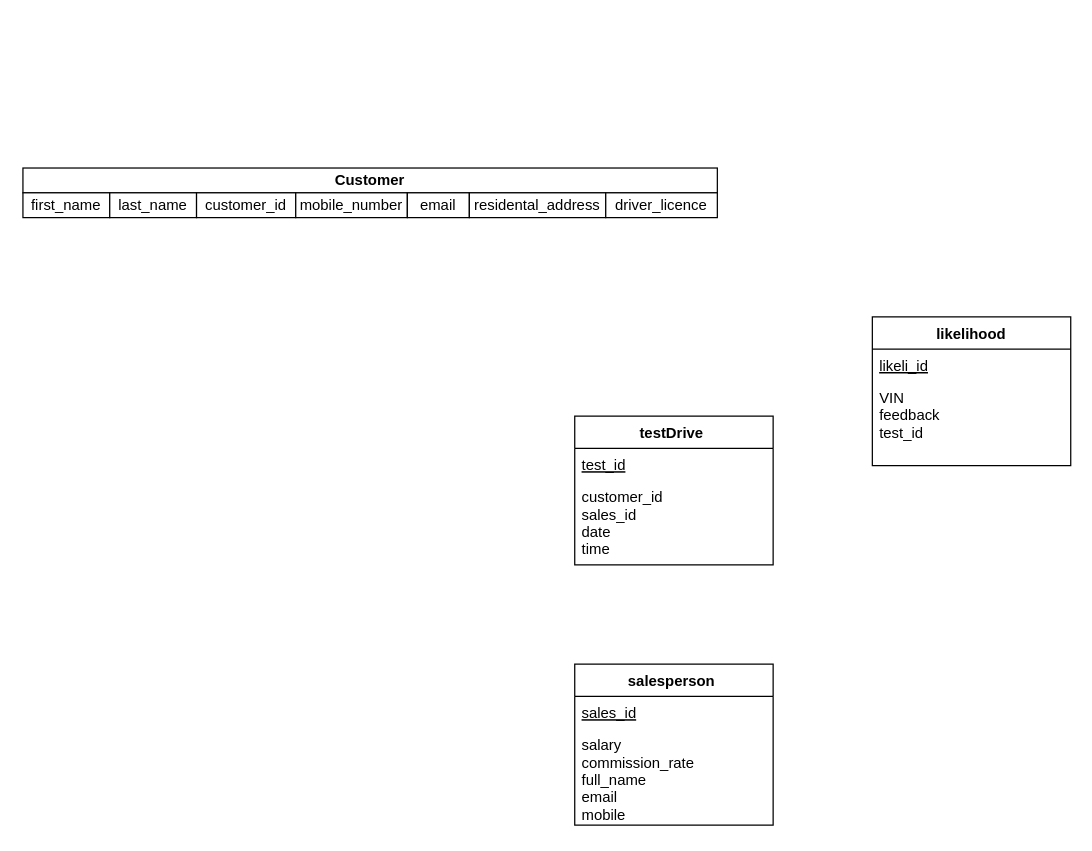
This is 未命名绘图.drawio from Syrus-jpg/LeetCode, a draw.io file, before an edit. Source tidied: cells renumbered, new cells numbered last; positions are measured from the earlier drawing's top-left corner, leaving out a move shared by most shapes. Both pictures are drawn from the tidied source at 124%, with x=0, y=0 at pixel (22, 167).
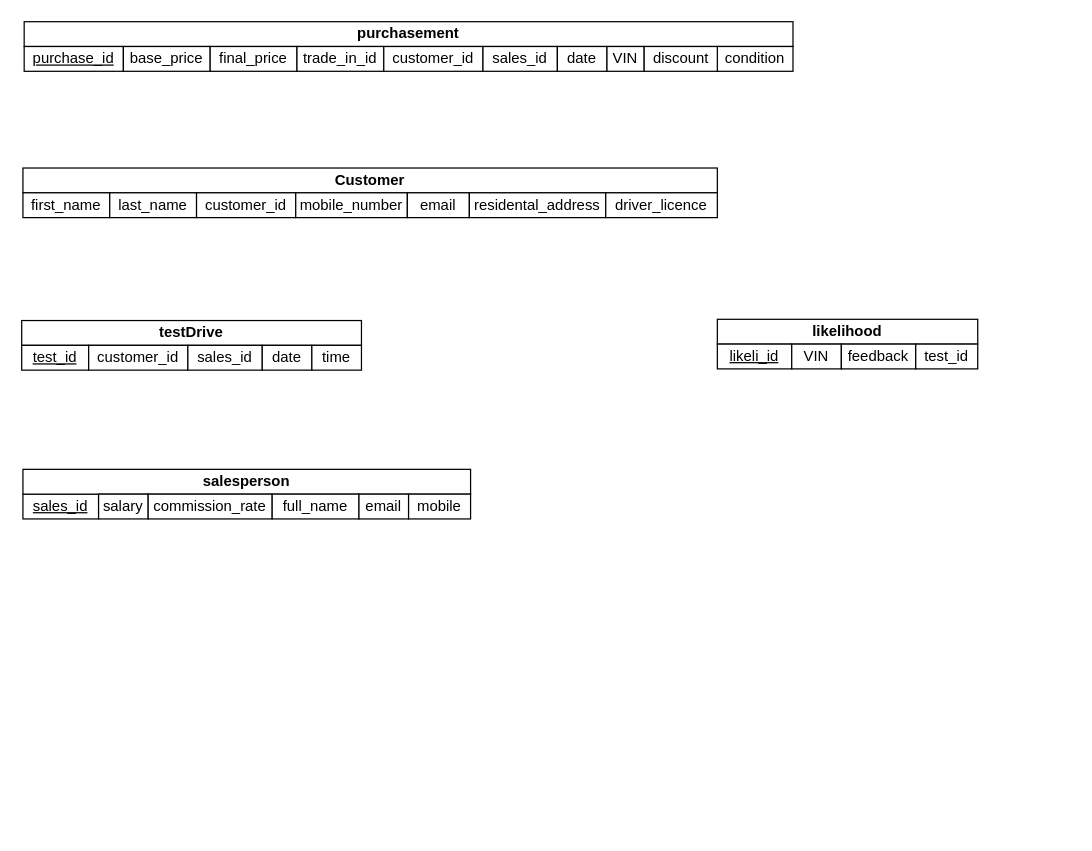
After the change.

Commit message (it also covers changes not shown here):
更新未命名绘图.drawio

The edit, as a diff of the source:
```diff
@@
-    <mxCell id="2" value="testDrive " style="swimlane;fontStyle=1;align=center;verticalAlign=top;horizontal=1;startSize=26;rounded=0;shadow=0;strokeWidth=1;" parent="1" vertex="1">
-      <mxGeometry x="445" y="200" width="160" height="120" as="geometry" />
-    </mxCell>
-    <mxCell id="3" value="test_id" style="text;align=left;verticalAlign=top;spacingLeft=4;spacingRight=4;overflow=hidden;fontStyle=4;" parent="2" vertex="1">
-      <mxGeometry y="26" width="160" height="26" as="geometry" />
-    </mxCell>
-    <mxCell id="4" value="customer_id&#10;sales_id&#10;date&#10;time" style="text;align=left;verticalAlign=top;spacingLeft=4;spacingRight=4;overflow=hidden;fontStyle=0;" parent="2" vertex="1">
-      <mxGeometry y="52" width="160" height="68" as="geometry" />
-    </mxCell>
-    <mxCell id="5" value="salesperson " style="swimlane;fontStyle=1;align=center;verticalAlign=top;horizontal=1;startSize=26;rounded=0;shadow=0;strokeWidth=1;" parent="1" vertex="1">
-      <mxGeometry x="445" y="400" width="160" height="130" as="geometry" />
-    </mxCell>
-    <mxCell id="6" value="sales_id" style="text;align=left;verticalAlign=top;spacingLeft=4;spacingRight=4;overflow=hidden;fontStyle=4;" parent="5" vertex="1">
-      <mxGeometry y="26" width="160" height="26" as="geometry" />
-    </mxCell>
-    <mxCell id="7" value="salary&#10;commission_rate&#10;full_name&#10;email&#10;mobile" style="text;align=left;verticalAlign=top;spacingLeft=4;spacingRight=4;overflow=hidden;fontStyle=0;" parent="5" vertex="1">
-      <mxGeometry y="52" width="160" height="78" as="geometry" />
-    </mxCell>
-    <mxCell id="8" value="likelihood" style="swimlane;fontStyle=1;align=center;verticalAlign=top;horizontal=1;startSize=26;rounded=0;shadow=0;strokeWidth=1;" parent="1" vertex="1">
-      <mxGeometry x="685" y="120" width="160" height="120" as="geometry" />
-    </mxCell>
-    <mxCell id="9" value="likeli_id" style="text;align=left;verticalAlign=top;spacingLeft=4;spacingRight=4;overflow=hidden;fontStyle=4;" parent="8" vertex="1">
-      <mxGeometry y="26" width="160" height="26" as="geometry" />
-    </mxCell>
-    <mxCell id="10" value="VIN&#10;feedback&#10;test_id" style="text;align=left;verticalAlign=top;spacingLeft=4;spacingRight=4;overflow=hidden;fontStyle=0;" parent="8" vertex="1">
-      <mxGeometry y="52" width="160" height="68" as="geometry" />
-    </mxCell>
@@
+    <mxCell id="2" value="&lt;b&gt;testDrive&lt;/b&gt;" style="rounded=0;whiteSpace=wrap;html=1;" parent="1" vertex="1">
+      <mxGeometry x="-1" y="123" width="274" height="20" as="geometry" />
+    </mxCell>
+    <mxCell id="19" value="&lt;u&gt;test_id&lt;/u&gt;" style="rounded=0;whiteSpace=wrap;html=1;" parent="1" vertex="1">
+      <mxGeometry x="-1" y="143" width="54" height="20" as="geometry" />
+    </mxCell>
+    <mxCell id="20" value="customer_id" style="rounded=0;whiteSpace=wrap;html=1;" parent="1" vertex="1">
+      <mxGeometry x="53" y="143" width="80" height="20" as="geometry" />
+    </mxCell>
+    <mxCell id="21" value="sales_id" style="rounded=0;whiteSpace=wrap;html=1;" parent="1" vertex="1">
+      <mxGeometry x="133" y="143" width="60" height="20" as="geometry" />
+    </mxCell>
+    <mxCell id="22" value="date" style="rounded=0;whiteSpace=wrap;html=1;" parent="1" vertex="1">
+      <mxGeometry x="193" y="143" width="40" height="20" as="geometry" />
+    </mxCell>
+    <mxCell id="23" value="time" style="rounded=0;whiteSpace=wrap;html=1;" parent="1" vertex="1">
+      <mxGeometry x="233" y="143" width="40" height="20" as="geometry" />
+    </mxCell>
+    <mxCell id="24" value="&lt;u&gt;sales_id&lt;/u&gt;" style="rounded=0;whiteSpace=wrap;html=1;" parent="1" vertex="1">
+      <mxGeometry y="263" width="61" height="20" as="geometry" />
+    </mxCell>
+    <mxCell id="5" value="&lt;b&gt;salesperson&lt;/b&gt;" style="rounded=0;whiteSpace=wrap;html=1;" parent="1" vertex="1">
+      <mxGeometry y="243" width="361" height="20" as="geometry" />
+    </mxCell>
+    <mxCell id="25" value="salary" style="rounded=0;whiteSpace=wrap;html=1;" parent="1" vertex="1">
+      <mxGeometry x="61" y="263" width="40" height="20" as="geometry" />
+    </mxCell>
+    <mxCell id="26" value="commission_rate" style="rounded=0;whiteSpace=wrap;html=1;" parent="1" vertex="1">
+      <mxGeometry x="101" y="263" width="100" height="20" as="geometry" />
+    </mxCell>
+    <mxCell id="27" value="full_name" style="rounded=0;whiteSpace=wrap;html=1;" parent="1" vertex="1">
+      <mxGeometry x="201" y="263" width="70" height="20" as="geometry" />
+    </mxCell>
+    <mxCell id="28" value="email" style="rounded=0;whiteSpace=wrap;html=1;" parent="1" vertex="1">
+      <mxGeometry x="271" y="263" width="40" height="20" as="geometry" />
+    </mxCell>
+    <mxCell id="29" value="mobile" style="rounded=0;whiteSpace=wrap;html=1;" parent="1" vertex="1">
+      <mxGeometry x="311" y="263" width="50" height="20" as="geometry" />
+    </mxCell>
+    <mxCell id="8" value="&lt;b&gt;likelihood&lt;/b&gt;" style="rounded=0;whiteSpace=wrap;html=1;" parent="1" vertex="1">
+      <mxGeometry x="560" y="122" width="210" height="20" as="geometry" />
+    </mxCell>
+    <mxCell id="9" value="&lt;u&gt;likeli_id&lt;/u&gt;" style="rounded=0;whiteSpace=wrap;html=1;" parent="1" vertex="1">
+      <mxGeometry x="560" y="142" width="60" height="20" as="geometry" />
+    </mxCell>
+    <mxCell id="30" value="VIN" style="rounded=0;whiteSpace=wrap;html=1;" parent="1" vertex="1">
+      <mxGeometry x="620" y="142" width="40" height="20" as="geometry" />
+    </mxCell>
+    <mxCell id="31" value="feedback" style="rounded=0;whiteSpace=wrap;html=1;" parent="1" vertex="1">
+      <mxGeometry x="660" y="142" width="60" height="20" as="geometry" />
+    </mxCell>
+    <mxCell id="32" value="test_id" style="rounded=0;whiteSpace=wrap;html=1;" parent="1" vertex="1">
+      <mxGeometry x="720" y="142" width="50" height="20" as="geometry" />
+    </mxCell>
+    <mxCell id="33" value="&lt;b&gt;purchasement&lt;/b&gt;" style="rounded=0;whiteSpace=wrap;html=1;" parent="1" vertex="1">
+      <mxGeometry x="1" y="-118" width="620" height="20" as="geometry" />
+    </mxCell>
+    <mxCell id="34" value="&lt;u&gt;purchase_id&lt;/u&gt;" style="rounded=0;whiteSpace=wrap;html=1;" parent="1" vertex="1">
+      <mxGeometry x="1" y="-98" width="80" height="20" as="geometry" />
+    </mxCell>
+    <mxCell id="35" value="base_price" style="rounded=0;whiteSpace=wrap;html=1;" parent="1" vertex="1">
+      <mxGeometry x="81" y="-98" width="70" height="20" as="geometry" />
+    </mxCell>
+    <mxCell id="36" value="final_price" style="rounded=0;whiteSpace=wrap;html=1;" parent="1" vertex="1">
+      <mxGeometry x="151" y="-98" width="70" height="20" as="geometry" />
+    </mxCell>
+    <mxCell id="37" value="trade_in_id" style="rounded=0;whiteSpace=wrap;html=1;" parent="1" vertex="1">
+      <mxGeometry x="221" y="-98" width="70" height="20" as="geometry" />
+    </mxCell>
+    <mxCell id="38" value="customer_id" style="rounded=0;whiteSpace=wrap;html=1;" parent="1" vertex="1">
+      <mxGeometry x="291" y="-98" width="80" height="20" as="geometry" />
+    </mxCell>
+    <mxCell id="39" value="sales_id" style="rounded=0;whiteSpace=wrap;html=1;" parent="1" vertex="1">
+      <mxGeometry x="371" y="-98" width="60" height="20" as="geometry" />
+    </mxCell>
+    <mxCell id="40" value="date" style="rounded=0;whiteSpace=wrap;html=1;" parent="1" vertex="1">
+      <mxGeometry x="431" y="-98" width="40" height="20" as="geometry" />
+    </mxCell>
+    <mxCell id="41" value="VIN" style="rounded=0;whiteSpace=wrap;html=1;" parent="1" vertex="1">
+      <mxGeometry x="471" y="-98" width="30" height="20" as="geometry" />
+    </mxCell>
+    <mxCell id="42" value="discount" style="rounded=0;whiteSpace=wrap;html=1;" parent="1" vertex="1">
+      <mxGeometry x="501" y="-98" width="60" height="20" as="geometry" />
+    </mxCell>
+    <mxCell id="43" value="condition" style="rounded=0;whiteSpace=wrap;html=1;" parent="1" vertex="1">
+      <mxGeometry x="560" y="-98" width="61" height="20" as="geometry" />
+    </mxCell>
```
